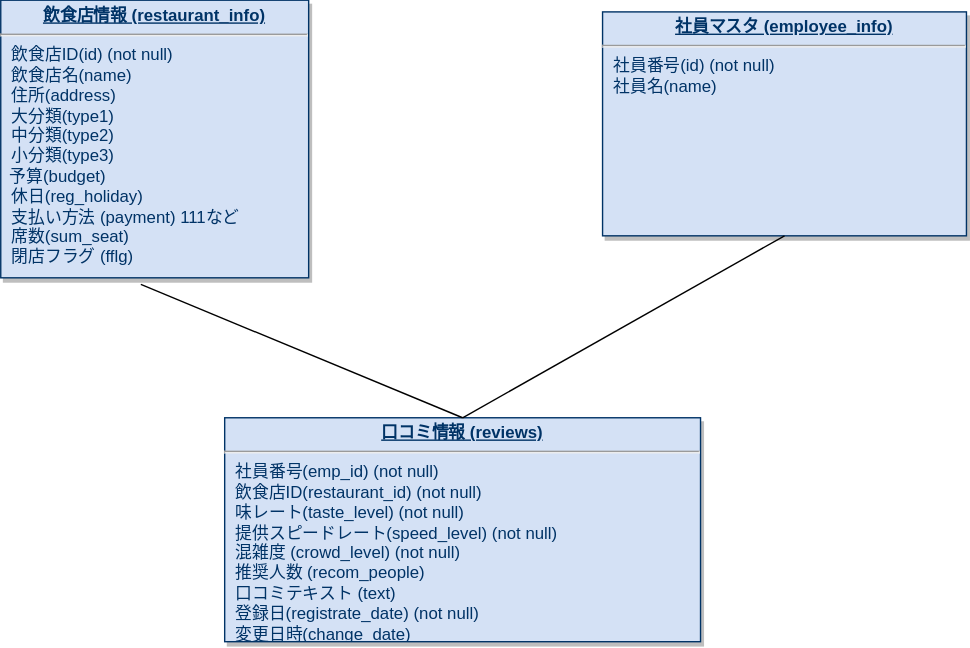
Above: design/ER.svg in kktarok28/nri4-api-solo (draw.io), before the change. Source tidied: cells renumbered, new cells last; positions are measured from the earlier drawing's top-left corner, leaving out a move shared by most shapes. Its diagram source:
```xml
<mxGraphModel>
  <root>
    <mxCell id="0" />
    <mxCell id="1" parent="0" />
    <mxCell id="2" value="&lt;p style=&quot;margin: 0px; margin-top: 4px; text-align: center; text-decoration: underline;&quot;&gt;&lt;b&gt;口コミ情報 (reviews)&lt;/b&gt;&lt;/p&gt;&lt;hr&gt;&lt;p style=&quot;margin: 0px; margin-left: 8px;&quot;&gt;社員番号(emp_id) (not null)&lt;br&gt;&lt;/p&gt;&lt;p style=&quot;margin: 0px; margin-left: 8px;&quot;&gt;飲食店ID(restaurant_id) (not null)&lt;/p&gt;&lt;p style=&quot;margin: 0px; margin-left: 8px;&quot;&gt;味レート(taste_level&lt;span style=&quot;background-color: initial;&quot;&gt;) (not null)&lt;/span&gt;&lt;/p&gt;&lt;p style=&quot;margin: 0px; margin-left: 8px;&quot;&gt;提供スピードレート(speed_level) (not null)&lt;span style=&quot;background-color: initial;&quot;&gt;&lt;br&gt;&lt;/span&gt;&lt;/p&gt;&lt;p style=&quot;margin: 0px; margin-left: 8px;&quot;&gt;混雑度 (crowd_level) (not null)&lt;/p&gt;&lt;p style=&quot;margin: 0px; margin-left: 8px;&quot;&gt;推奨人数 (recom_people)&lt;/p&gt;&lt;p style=&quot;margin: 0px; margin-left: 8px;&quot;&gt;口コミテキスト (text)&lt;/p&gt;&lt;p style=&quot;margin: 0px; margin-left: 8px;&quot;&gt;登録日(registrate_date) (not null)&lt;/p&gt;&lt;p style=&quot;margin: 0px; margin-left: 8px;&quot;&gt;変更日時(change_date)&lt;/p&gt;&lt;p style=&quot;margin: 0px; margin-left: 8px;&quot;&gt;&lt;br&gt;&lt;/p&gt;" style="verticalAlign=top;align=left;overflow=fill;fontSize=12;fontFamily=Helvetica;html=1;strokeColor=#003366;shadow=1;fillColor=#D4E1F5;fontColor=#003366;" parent="1" vertex="1">
      <mxGeometry x="160" y="298" width="340" height="160" as="geometry" />
    </mxCell>
    <mxCell id="3" value="&lt;p style=&quot;margin: 0px; margin-top: 4px; text-align: center; text-decoration: underline;&quot;&gt;&lt;b&gt;飲食店情報 (restaurant_info)&lt;/b&gt;&lt;/p&gt;&lt;hr&gt;&lt;p style=&quot;margin: 0px; margin-left: 8px;&quot;&gt;飲食店ID(id) (not null)&lt;/p&gt;&lt;p style=&quot;margin: 0px; margin-left: 8px;&quot;&gt;飲食店名(name)&lt;/p&gt;&lt;p style=&quot;margin: 0px; margin-left: 8px;&quot;&gt;住所(address)&lt;/p&gt;&lt;p style=&quot;margin: 0px; margin-left: 8px;&quot;&gt;大分類(type1)&lt;/p&gt;&lt;p style=&quot;margin: 0px; margin-left: 8px;&quot;&gt;中分類(type2)&lt;/p&gt;&lt;p style=&quot;margin: 0px; margin-left: 8px;&quot;&gt;小分類(type3)&lt;/p&gt;&lt;span style=&quot;background-color: initial;&quot;&gt;&amp;nbsp; 予算(budget)&lt;br&gt;&lt;/span&gt;&lt;p style=&quot;margin: 0px; margin-left: 8px;&quot;&gt;休日(reg_holiday)&lt;/p&gt;&lt;p style=&quot;margin: 0px; margin-left: 8px;&quot;&gt;支払い方法 (payment) 111など&lt;/p&gt;&lt;p style=&quot;margin: 0px; margin-left: 8px;&quot;&gt;席数(sum_seat)&amp;nbsp;&lt;/p&gt;&lt;p style=&quot;margin: 0px; margin-left: 8px;&quot;&gt;閉店フラグ (fflg)&lt;/p&gt;" style="verticalAlign=top;align=left;overflow=fill;fontSize=12;fontFamily=Helvetica;html=1;strokeColor=#003366;shadow=1;fillColor=#D4E1F5;fontColor=#003366;" parent="1" vertex="1">
      <mxGeometry y="-0.4" width="220" height="198.4" as="geometry" />
    </mxCell>
    <mxCell id="4" value="&lt;p style=&quot;margin: 0px; margin-top: 4px; text-align: center; text-decoration: underline;&quot;&gt;&lt;b&gt;社員マスタ (employee_info)&lt;/b&gt;&lt;/p&gt;&lt;hr&gt;&lt;p style=&quot;margin: 0px; margin-left: 8px;&quot;&gt;社員番号(id) (not null)&lt;/p&gt;&lt;p style=&quot;margin: 0px; margin-left: 8px;&quot;&gt;社員名(name)&lt;br&gt;&lt;/p&gt;" style="verticalAlign=top;align=left;overflow=fill;fontSize=12;fontFamily=Helvetica;html=1;strokeColor=#003366;shadow=1;fillColor=#D4E1F5;fontColor=#003366;" parent="1" vertex="1">
      <mxGeometry x="430" y="8" width="260" height="160" as="geometry" />
    </mxCell>
    <mxCell id="5" style="endArrow=none;html=1;rounded=0;entryX=0.5;entryY=1;entryDx=0;entryDy=0;exitX=0.5;exitY=0;exitDx=0;exitDy=0;" parent="1" edge="1" source="2" target="4">
      <mxGeometry relative="1" as="geometry" />
    </mxCell>
    <mxCell id="6" style="endArrow=none;html=1;rounded=0;entryX=0.455;entryY=1.024;entryDx=0;entryDy=0;entryPerimeter=0;" parent="1" edge="1" target="3">
      <mxGeometry relative="1" as="geometry">
        <mxPoint x="330" y="298" as="sourcePoint" />
      </mxGeometry>
    </mxCell>
  </root>
</mxGraphModel>
```
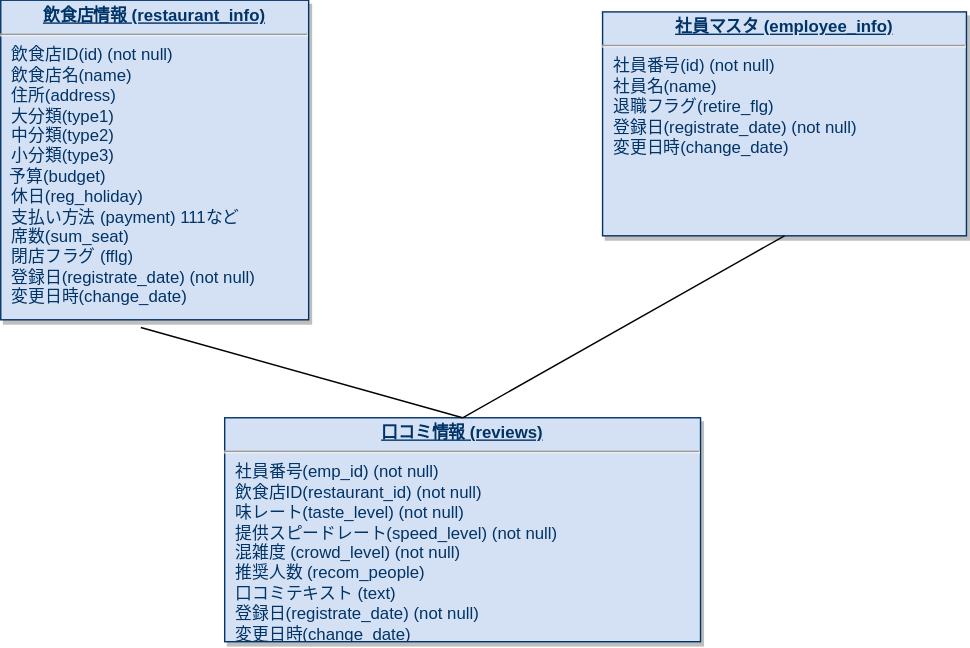
Later version of the same file.

What changed in the source:
```diff
@@ -5,10 +5,10 @@
     <mxCell id="2" value="&lt;p style=&quot;margin: 0px; margin-top: 4px; text-align: center; text-decoration: underline;&quot;&gt;&lt;b&gt;口コミ情報 (reviews)&lt;/b&gt;&lt;/p&gt;&lt;hr&gt;&lt;p style=&quot;margin: 0px; margin-left: 8px;&quot;&gt;社員番号(emp_id) (not null)&lt;br&gt;&lt;/p&gt;&lt;p style=&quot;margin: 0px; margin-left: 8px;&quot;&gt;飲食店ID(restaurant_id) (not null)&lt;/p&gt;&lt;p style=&quot;margin: 0px; margin-left: 8px;&quot;&gt;味レート(taste_level&lt;span style=&quot;background-color: initial;&quot;&gt;) (not null)&lt;/span&gt;&lt;/p&gt;&lt;p style=&quot;margin: 0px; margin-left: 8px;&quot;&gt;提供スピードレート(speed_level) (not null)&lt;span style=&quot;background-color: initial;&quot;&gt;&lt;br&gt;&lt;/span&gt;&lt;/p&gt;&lt;p style=&quot;margin: 0px; margin-left: 8px;&quot;&gt;混雑度 (crowd_level) (not null)&lt;/p&gt;&lt;p style=&quot;margin: 0px; margin-left: 8px;&quot;&gt;推奨人数 (recom_people)&lt;/p&gt;&lt;p style=&quot;margin: 0px; margin-left: 8px;&quot;&gt;口コミテキスト (text)&lt;/p&gt;&lt;p style=&quot;margin: 0px; margin-left: 8px;&quot;&gt;登録日(registrate_date) (not null)&lt;/p&gt;&lt;p style=&quot;margin: 0px; margin-left: 8px;&quot;&gt;変更日時(change_date)&lt;/p&gt;&lt;p style=&quot;margin: 0px; margin-left: 8px;&quot;&gt;&lt;br&gt;&lt;/p&gt;" style="verticalAlign=top;align=left;overflow=fill;fontSize=12;fontFamily=Helvetica;html=1;strokeColor=#003366;shadow=1;fillColor=#D4E1F5;fontColor=#003366;" parent="1" vertex="1">
       <mxGeometry x="160" y="298" width="340" height="160" as="geometry" />
     </mxCell>
-    <mxCell id="3" value="&lt;p style=&quot;margin: 0px; margin-top: 4px; text-align: center; text-decoration: underline;&quot;&gt;&lt;b&gt;飲食店情報 (restaurant_info)&lt;/b&gt;&lt;/p&gt;&lt;hr&gt;&lt;p style=&quot;margin: 0px; margin-left: 8px;&quot;&gt;飲食店ID(id) (not null)&lt;/p&gt;&lt;p style=&quot;margin: 0px; margin-left: 8px;&quot;&gt;飲食店名(name)&lt;/p&gt;&lt;p style=&quot;margin: 0px; margin-left: 8px;&quot;&gt;住所(address)&lt;/p&gt;&lt;p style=&quot;margin: 0px; margin-left: 8px;&quot;&gt;大分類(type1)&lt;/p&gt;&lt;p style=&quot;margin: 0px; margin-left: 8px;&quot;&gt;中分類(type2)&lt;/p&gt;&lt;p style=&quot;margin: 0px; margin-left: 8px;&quot;&gt;小分類(type3)&lt;/p&gt;&lt;span style=&quot;background-color: initial;&quot;&gt;&amp;nbsp; 予算(budget)&lt;br&gt;&lt;/span&gt;&lt;p style=&quot;margin: 0px; margin-left: 8px;&quot;&gt;休日(reg_holiday)&lt;/p&gt;&lt;p style=&quot;margin: 0px; margin-left: 8px;&quot;&gt;支払い方法 (payment) 111など&lt;/p&gt;&lt;p style=&quot;margin: 0px; margin-left: 8px;&quot;&gt;席数(sum_seat)&amp;nbsp;&lt;/p&gt;&lt;p style=&quot;margin: 0px; margin-left: 8px;&quot;&gt;閉店フラグ (fflg)&lt;/p&gt;" style="verticalAlign=top;align=left;overflow=fill;fontSize=12;fontFamily=Helvetica;html=1;strokeColor=#003366;shadow=1;fillColor=#D4E1F5;fontColor=#003366;" parent="1" vertex="1">
-      <mxGeometry y="-0.4" width="220" height="198.4" as="geometry" />
+    <mxCell id="3" value="&lt;p style=&quot;margin: 0px; margin-top: 4px; text-align: center; text-decoration: underline;&quot;&gt;&lt;b&gt;飲食店情報 (restaurant_info)&lt;/b&gt;&lt;/p&gt;&lt;hr&gt;&lt;p style=&quot;margin: 0px; margin-left: 8px;&quot;&gt;飲食店ID(id) (not null)&lt;/p&gt;&lt;p style=&quot;margin: 0px; margin-left: 8px;&quot;&gt;飲食店名(name)&lt;/p&gt;&lt;p style=&quot;margin: 0px; margin-left: 8px;&quot;&gt;住所(address)&lt;/p&gt;&lt;p style=&quot;margin: 0px; margin-left: 8px;&quot;&gt;大分類(type1)&lt;/p&gt;&lt;p style=&quot;margin: 0px; margin-left: 8px;&quot;&gt;中分類(type2)&lt;/p&gt;&lt;p style=&quot;margin: 0px; margin-left: 8px;&quot;&gt;小分類(type3)&lt;/p&gt;&lt;span style=&quot;background-color: initial;&quot;&gt;&amp;nbsp; 予算(budget)&lt;br&gt;&lt;/span&gt;&lt;p style=&quot;margin: 0px; margin-left: 8px;&quot;&gt;休日(reg_holiday)&lt;/p&gt;&lt;p style=&quot;margin: 0px; margin-left: 8px;&quot;&gt;支払い方法 (payment) 111など&lt;/p&gt;&lt;p style=&quot;margin: 0px; margin-left: 8px;&quot;&gt;席数(sum_seat)&amp;nbsp;&lt;/p&gt;&lt;p style=&quot;margin: 0px; margin-left: 8px;&quot;&gt;閉店フラグ (fflg)&lt;/p&gt;&lt;p style=&quot;border-color: var(--border-color); margin: 0px 0px 0px 8px;&quot;&gt;登録日(registrate_date) (not null)&lt;/p&gt;&lt;p style=&quot;border-color: var(--border-color); margin: 0px 0px 0px 8px;&quot;&gt;変更日時(change_date)&lt;/p&gt;&lt;p style=&quot;margin: 0px; margin-left: 8px;&quot;&gt;&lt;br&gt;&lt;/p&gt;" style="verticalAlign=top;align=left;overflow=fill;fontSize=12;fontFamily=Helvetica;html=1;strokeColor=#003366;shadow=1;fillColor=#D4E1F5;fontColor=#003366;" parent="1" vertex="1">
+      <mxGeometry y="-0.4" width="220" height="228.4" as="geometry" />
     </mxCell>
-    <mxCell id="4" value="&lt;p style=&quot;margin: 0px; margin-top: 4px; text-align: center; text-decoration: underline;&quot;&gt;&lt;b&gt;社員マスタ (employee_info)&lt;/b&gt;&lt;/p&gt;&lt;hr&gt;&lt;p style=&quot;margin: 0px; margin-left: 8px;&quot;&gt;社員番号(id) (not null)&lt;/p&gt;&lt;p style=&quot;margin: 0px; margin-left: 8px;&quot;&gt;社員名(name)&lt;br&gt;&lt;/p&gt;" style="verticalAlign=top;align=left;overflow=fill;fontSize=12;fontFamily=Helvetica;html=1;strokeColor=#003366;shadow=1;fillColor=#D4E1F5;fontColor=#003366;" parent="1" vertex="1">
+    <mxCell id="4" value="&lt;p style=&quot;margin: 0px; margin-top: 4px; text-align: center; text-decoration: underline;&quot;&gt;&lt;b&gt;社員マスタ (employee_info)&lt;/b&gt;&lt;/p&gt;&lt;hr&gt;&lt;p style=&quot;margin: 0px; margin-left: 8px;&quot;&gt;社員番号(id) (not null)&lt;/p&gt;&lt;p style=&quot;margin: 0px; margin-left: 8px;&quot;&gt;社員名(name)&lt;br&gt;&lt;/p&gt;&lt;p style=&quot;margin: 0px; margin-left: 8px;&quot;&gt;退職フラグ(retire_flg)&lt;/p&gt;&lt;p style=&quot;border-color: var(--border-color); margin: 0px 0px 0px 8px;&quot;&gt;登録日(registrate_date) (not null)&lt;/p&gt;&lt;p style=&quot;border-color: var(--border-color); margin: 0px 0px 0px 8px;&quot;&gt;変更日時(change_date)&lt;/p&gt;" style="verticalAlign=top;align=left;overflow=fill;fontSize=12;fontFamily=Helvetica;html=1;strokeColor=#003366;shadow=1;fillColor=#D4E1F5;fontColor=#003366;" parent="1" vertex="1">
       <mxGeometry x="430" y="8" width="260" height="160" as="geometry" />
     </mxCell>
     <mxCell id="5" style="endArrow=none;html=1;rounded=0;entryX=0.5;entryY=1;entryDx=0;entryDy=0;exitX=0.5;exitY=0;exitDx=0;exitDy=0;" parent="1" edge="1" source="2" target="4">
```
